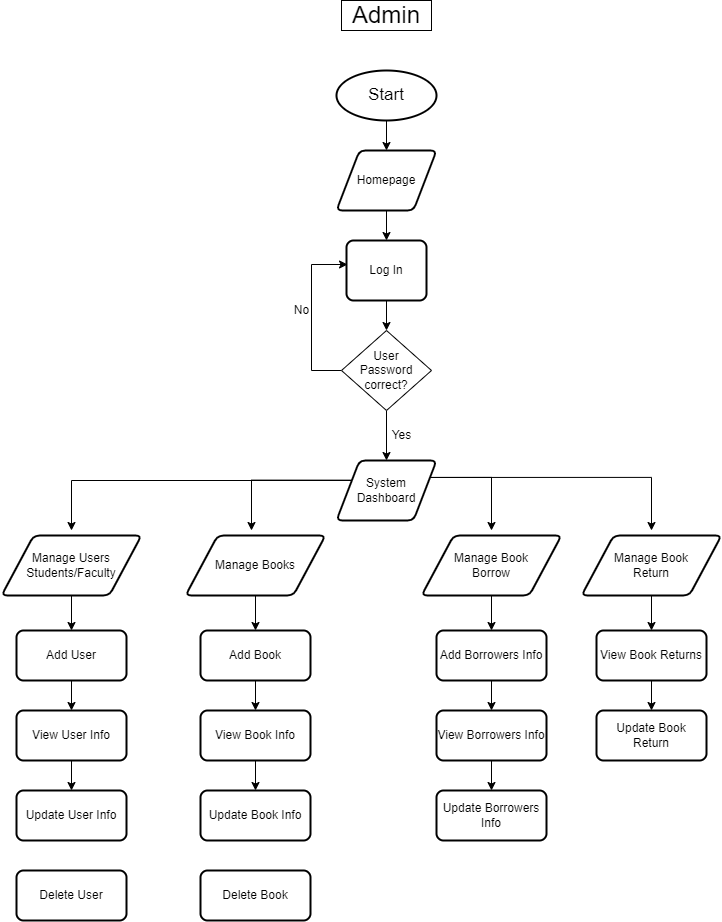
Before: Untitled Diagram.drawio.png, a diagram exported from draw.io (Jayrou12345/Flowchart). Source tidied: cells renumbered, new cells last; positions are measured from the earlier drawing's top-left corner, leaving out a move shared by most shapes.
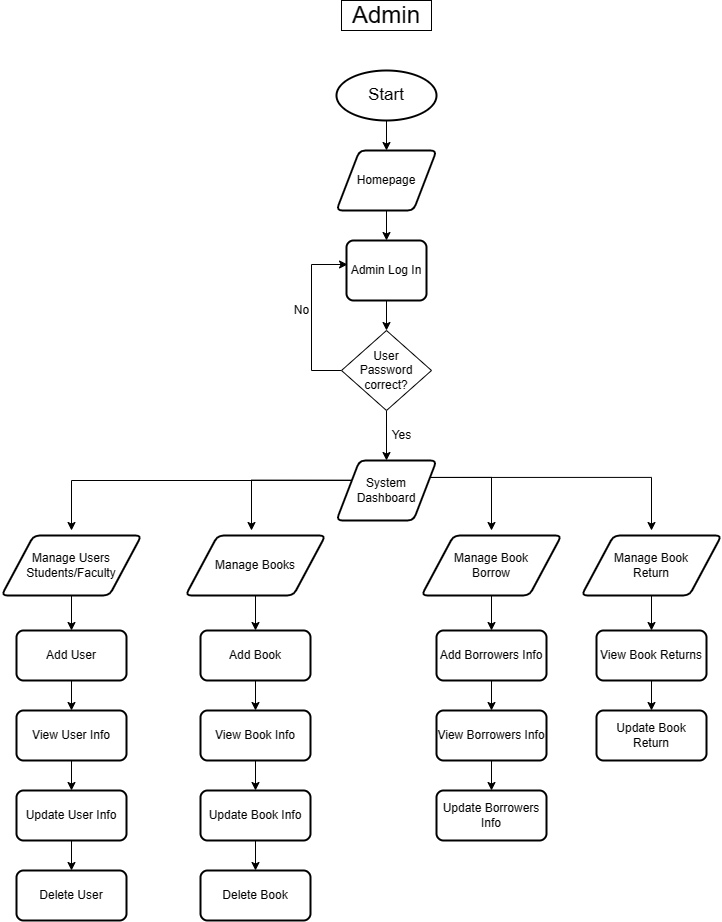
After the change.

Diff of the diagram source:
```diff
@@ -45,7 +45,7 @@
     <mxCell id="12" style="edgeStyle=orthogonalEdgeStyle;rounded=0;jettySize=auto;html=1;exitX=0.5;exitY=1;exitDx=0;exitDy=0;entryX=0.5;entryY=0;entryDx=0;entryDy=0;" parent="1" edge="1" source="13" target="16">
       <mxGeometry relative="1" as="geometry" />
     </mxCell>
-    <mxCell id="13" value="Log In" style="rounded=1;whiteSpace=wrap;html=1;absoluteArcSize=1;arcSize=14;strokeWidth=2;" parent="1" vertex="1">
+    <mxCell id="13" value="Admin Log In" style="rounded=1;whiteSpace=wrap;html=1;absoluteArcSize=1;arcSize=14;strokeWidth=2;" parent="1" vertex="1">
       <mxGeometry x="345" y="240" width="80" height="60" as="geometry" />
     </mxCell>
     <mxCell id="14" style="edgeStyle=orthogonalEdgeStyle;rounded=0;jettySize=auto;html=1;exitX=0;exitY=0.5;exitDx=0;exitDy=0;entryX=0.013;entryY=0.4;entryDx=0;entryDy=0;entryPerimeter=0;" parent="1" edge="1" source="16" target="13">
@@ -139,6 +139,9 @@
     <mxCell id="35" value="View User Info" style="rounded=1;whiteSpace=wrap;html=1;absoluteArcSize=1;arcSize=14;strokeWidth=2;" parent="1" vertex="1">
       <mxGeometry x="15" y="710" width="110" height="50" as="geometry" />
     </mxCell>
+    <mxCell id="52" style="edgeStyle=orthogonalEdgeStyle;rounded=0;jettySize=auto;html=1;exitX=0.5;exitY=1;exitDx=0;exitDy=0;entryX=0.5;entryY=0;entryDx=0;entryDy=0;" parent="1" edge="1" source="36" target="42">
+      <mxGeometry relative="1" as="geometry" />
+    </mxCell>
     <mxCell id="36" value="Update User Info" style="rounded=1;whiteSpace=wrap;html=1;absoluteArcSize=1;arcSize=14;strokeWidth=2;" parent="1" vertex="1">
       <mxGeometry x="15" y="790" width="110" height="50" as="geometry" />
     </mxCell>
@@ -154,6 +157,9 @@
     <mxCell id="40" value="View Book Info" style="rounded=1;whiteSpace=wrap;html=1;absoluteArcSize=1;arcSize=14;strokeWidth=2;" parent="1" vertex="1">
       <mxGeometry x="199" y="710" width="110" height="50" as="geometry" />
     </mxCell>
+    <mxCell id="53" style="edgeStyle=orthogonalEdgeStyle;rounded=0;jettySize=auto;html=1;exitX=0.5;exitY=1;exitDx=0;exitDy=0;entryX=0.5;entryY=0;entryDx=0;entryDy=0;" parent="1" edge="1" source="41" target="43">
+      <mxGeometry relative="1" as="geometry" />
+    </mxCell>
     <mxCell id="41" value="Update Book Info" style="rounded=1;whiteSpace=wrap;html=1;absoluteArcSize=1;arcSize=14;strokeWidth=2;" parent="1" vertex="1">
       <mxGeometry x="199" y="790" width="110" height="50" as="geometry" />
     </mxCell>
```
